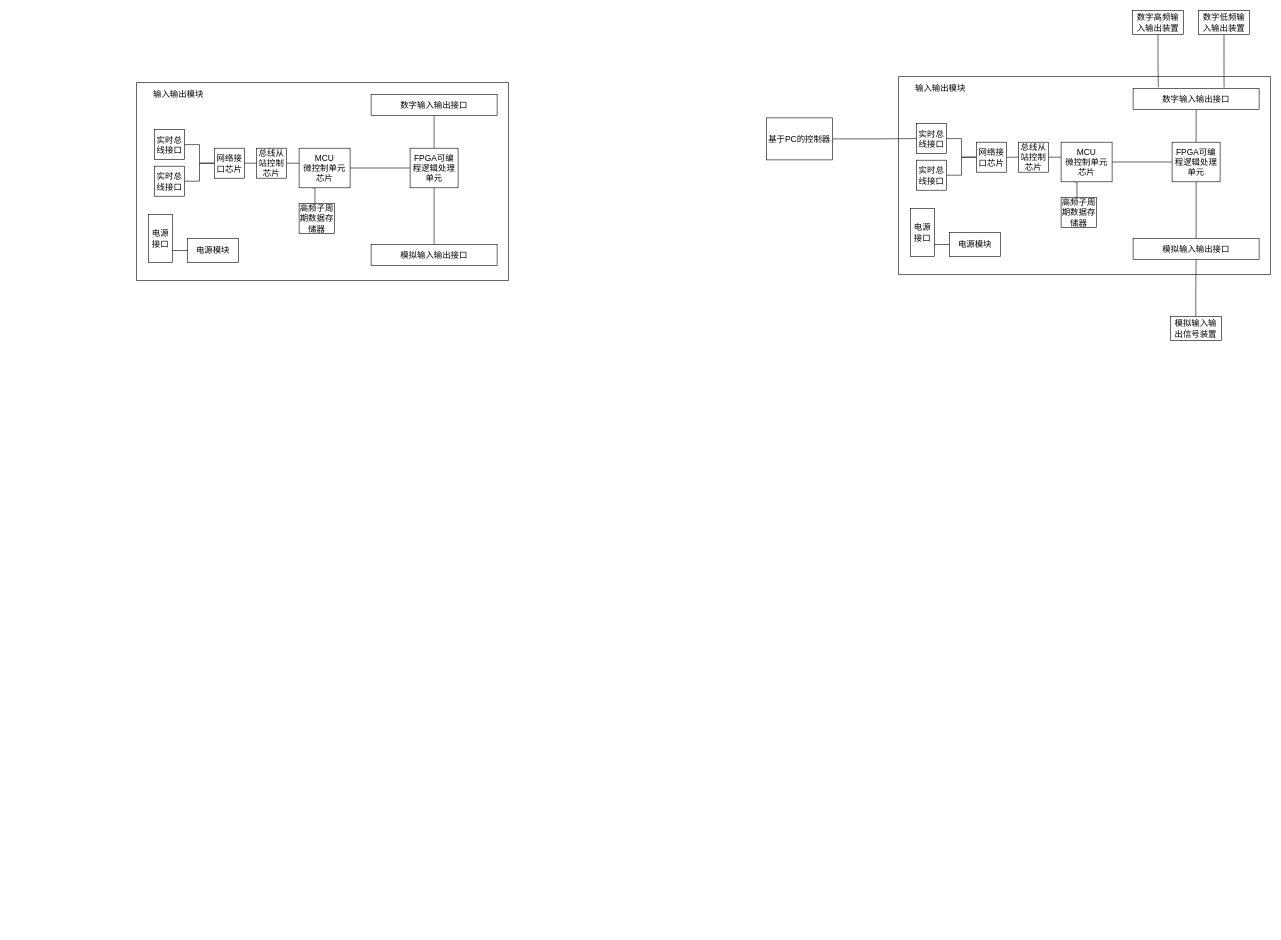
Before: patent/drawing/io shiyong.drawio in leeywin/work, a draw.io diagram. Source tidied: cells renumbered, new cells numbered last; positions are measured from the earlier drawing's top-left corner, leaving out a move shared by most shapes. Both pictures are drawn from the tidied source at 60%, with x=0, y=0 at pixel (136, 10).
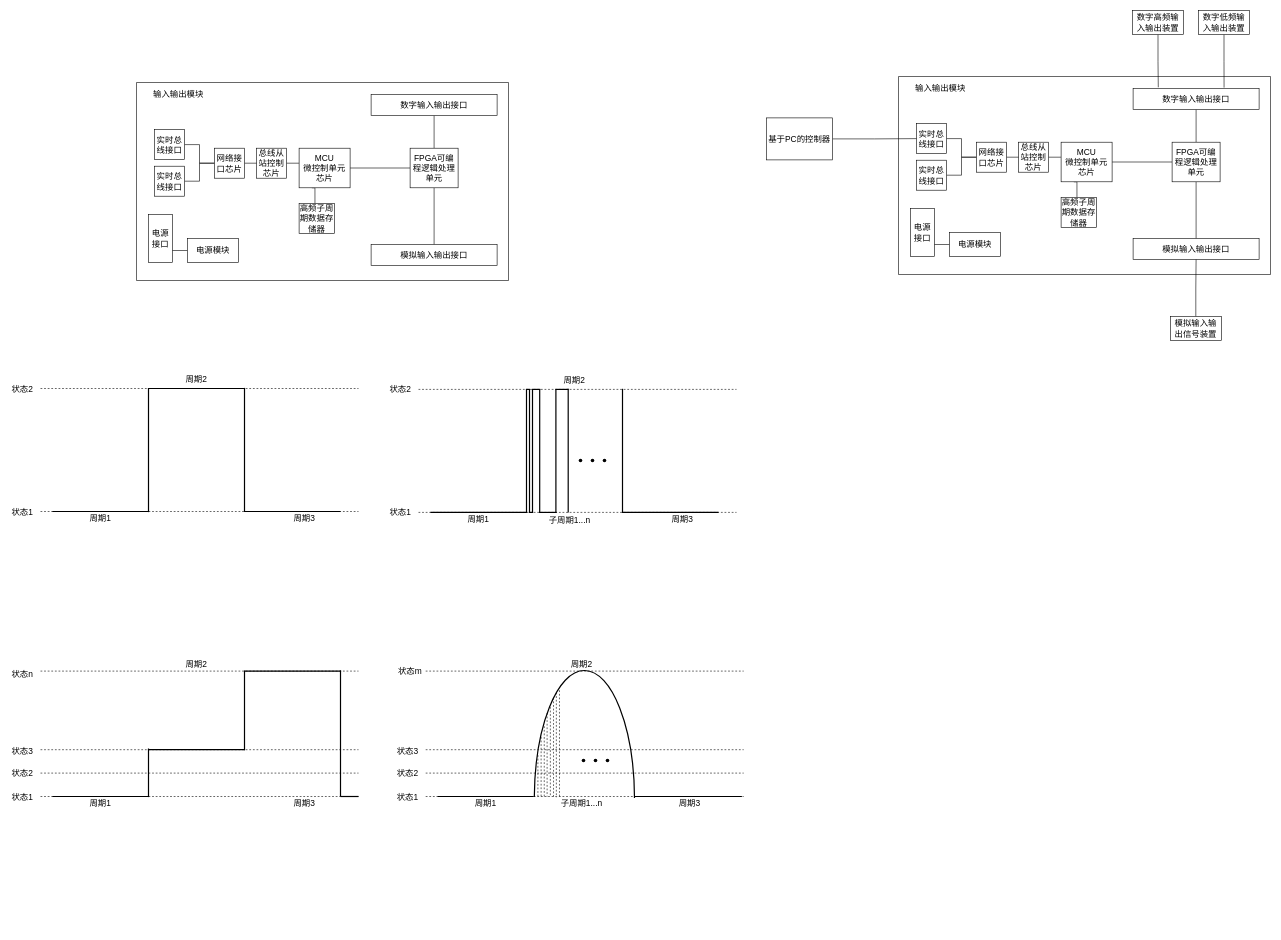
The same diagram, later.

What changed in the source:
```diff
@@
+    <mxCell id="54" style="line;strokeWidth=1;html=1;fontSize=14;fillColor=#E6E6E6;dashed=1;" parent="1" vertex="1">
+      <mxGeometry x="-160" y="830" width="530" height="10" as="geometry" />
+    </mxCell>
+    <mxCell id="55" value="状态1" style="text;html=1;strokeColor=none;fillColor=none;align=center;verticalAlign=middle;whiteSpace=wrap;rounded=0;dashed=1;fontSize=14;" parent="1" vertex="1">
+      <mxGeometry x="-210" y="825.5" width="40" height="20" as="geometry" />
+    </mxCell>
+    <mxCell id="56" style="line;strokeWidth=1;html=1;fontSize=14;fillColor=#E6E6E6;dashed=1;" parent="1" vertex="1">
+      <mxGeometry x="-160" y="625" width="530" height="10" as="geometry" />
+    </mxCell>
+    <mxCell id="57" value="状态2" style="text;html=1;strokeColor=none;fillColor=none;align=center;verticalAlign=middle;whiteSpace=wrap;rounded=0;dashed=1;fontSize=14;" parent="1" vertex="1">
+      <mxGeometry x="-210" y="620.5" width="40" height="20" as="geometry" />
+    </mxCell>
+    <mxCell id="58" style="line;strokeWidth=2;html=1;fontSize=14;fillColor=#E6E6E6;" parent="1" vertex="1">
+      <mxGeometry x="-140" y="830" width="160" height="10" as="geometry" />
+    </mxCell>
+    <mxCell id="59" style="line;strokeWidth=2;direction=south;html=1;fontSize=14;fillColor=#E6E6E6;shadow=0;" parent="1" vertex="1">
+      <mxGeometry x="15" y="630" width="10" height="206" as="geometry" />
+    </mxCell>
+    <mxCell id="60" style="line;strokeWidth=2;html=1;fontSize=14;fillColor=#E6E6E6;" parent="1" vertex="1">
+      <mxGeometry x="19" y="625" width="161" height="10" as="geometry" />
+    </mxCell>
+    <mxCell id="61" style="line;strokeWidth=2;direction=south;html=1;fontSize=14;fillColor=#E6E6E6;shadow=0;" parent="1" vertex="1">
+      <mxGeometry x="175" y="629" width="10" height="206" as="geometry" />
+    </mxCell>
+    <mxCell id="62" style="line;strokeWidth=2;html=1;fontSize=14;fillColor=#E6E6E6;" parent="1" vertex="1">
+      <mxGeometry x="179" y="830" width="161" height="10" as="geometry" />
+    </mxCell>
+    <mxCell id="63" value="周期1" style="text;html=1;strokeColor=none;fillColor=none;align=center;verticalAlign=middle;whiteSpace=wrap;rounded=0;dashed=1;fontSize=14;" parent="1" vertex="1">
+      <mxGeometry x="-80" y="836" width="40" height="20" as="geometry" />
+    </mxCell>
+    <mxCell id="64" value="周期2" style="text;html=1;strokeColor=none;fillColor=none;align=center;verticalAlign=middle;whiteSpace=wrap;rounded=0;dashed=1;fontSize=14;" parent="1" vertex="1">
+      <mxGeometry x="79.5" y="605" width="40" height="20" as="geometry" />
+    </mxCell>
+    <mxCell id="65" value="周期3" style="text;html=1;strokeColor=none;fillColor=none;align=center;verticalAlign=middle;whiteSpace=wrap;rounded=0;dashed=1;fontSize=14;" parent="1" vertex="1">
+      <mxGeometry x="260" y="836" width="40" height="20" as="geometry" />
+    </mxCell>
+    <mxCell id="66" style="line;strokeWidth=1;html=1;fontSize=14;fillColor=#E6E6E6;dashed=1;" parent="1" vertex="1">
+      <mxGeometry x="470" y="831.5" width="530" height="10" as="geometry" />
+    </mxCell>
+    <mxCell id="67" value="状态1" style="text;html=1;strokeColor=none;fillColor=none;align=center;verticalAlign=middle;whiteSpace=wrap;rounded=0;dashed=1;fontSize=14;" parent="1" vertex="1">
+      <mxGeometry x="420" y="827" width="40" height="20" as="geometry" />
+    </mxCell>
+    <mxCell id="68" style="line;strokeWidth=1;html=1;fontSize=14;fillColor=#E6E6E6;dashed=1;" parent="1" vertex="1">
+      <mxGeometry x="470" y="626.5" width="530" height="10" as="geometry" />
+    </mxCell>
+    <mxCell id="69" value="状态2" style="text;html=1;strokeColor=none;fillColor=none;align=center;verticalAlign=middle;whiteSpace=wrap;rounded=0;dashed=1;fontSize=14;" parent="1" vertex="1">
+      <mxGeometry x="420" y="622" width="40" height="20" as="geometry" />
+    </mxCell>
+    <mxCell id="70" style="line;strokeWidth=2;html=1;fontSize=14;fillColor=#E6E6E6;" parent="1" vertex="1">
+      <mxGeometry x="490" y="831.5" width="160" height="10" as="geometry" />
+    </mxCell>
+    <mxCell id="71" style="line;strokeWidth=2;direction=south;html=1;fontSize=14;fillColor=#E6E6E6;shadow=0;" parent="1" vertex="1">
+      <mxGeometry x="645" y="631.5" width="10" height="206" as="geometry" />
+    </mxCell>
+    <mxCell id="72" style="line;strokeWidth=2;direction=south;html=1;fontSize=14;fillColor=#E6E6E6;shadow=0;" parent="1" vertex="1">
+      <mxGeometry x="805" y="630.5" width="10" height="206" as="geometry" />
+    </mxCell>
+    <mxCell id="73" style="line;strokeWidth=2;html=1;fontSize=14;fillColor=#E6E6E6;" parent="1" vertex="1">
+      <mxGeometry x="809" y="831.5" width="161" height="10" as="geometry" />
+    </mxCell>
+    <mxCell id="74" value="周期1" style="text;html=1;strokeColor=none;fillColor=none;align=center;verticalAlign=middle;whiteSpace=wrap;rounded=0;dashed=1;fontSize=14;" parent="1" vertex="1">
+      <mxGeometry x="550" y="837.5" width="40" height="20" as="geometry" />
+    </mxCell>
+    <mxCell id="75" value="周期2" style="text;html=1;strokeColor=none;fillColor=none;align=center;verticalAlign=middle;whiteSpace=wrap;rounded=0;dashed=1;fontSize=14;" parent="1" vertex="1">
+      <mxGeometry x="709.5" y="606.5" width="40" height="20" as="geometry" />
+    </mxCell>
+    <mxCell id="76" value="周期3" style="text;html=1;strokeColor=none;fillColor=none;align=center;verticalAlign=middle;whiteSpace=wrap;rounded=0;dashed=1;fontSize=14;" parent="1" vertex="1">
+      <mxGeometry x="890" y="837.5" width="40" height="20" as="geometry" />
+    </mxCell>
+    <mxCell id="77" style="line;strokeWidth=2;direction=south;html=1;fontSize=14;fillColor=#E6E6E6;shadow=0;" parent="1" vertex="1">
+      <mxGeometry x="650" y="631.5" width="10" height="206" as="geometry" />
+    </mxCell>
+    <mxCell id="78" style="line;strokeWidth=2;direction=south;html=1;fontSize=14;fillColor=#E6E6E6;shadow=0;" parent="1" vertex="1">
+      <mxGeometry x="655" y="631.5" width="10" height="206" as="geometry" />
+    </mxCell>
+    <mxCell id="79" style="line;strokeWidth=2;html=1;shadow=0;fontSize=14;fillColor=#E6E6E6;" parent="1" vertex="1">
+      <mxGeometry x="649" y="630" width="7" height="3" as="geometry" />
+    </mxCell>
+    <mxCell id="80" style="line;strokeWidth=2;html=1;shadow=0;fontSize=14;fillColor=#E6E6E6;" parent="1" vertex="1">
+      <mxGeometry x="654" y="835" width="7" height="3" as="geometry" />
+    </mxCell>
+    <mxCell id="81" style="line;strokeWidth=2;html=1;shadow=0;fontSize=14;fillColor=#E6E6E6;" parent="1" vertex="1">
+      <mxGeometry x="659" y="630" width="14" height="3" as="geometry" />
+    </mxCell>
+    <mxCell id="82" style="line;strokeWidth=2;direction=south;html=1;fontSize=14;fillColor=#E6E6E6;shadow=0;" parent="1" vertex="1">
+      <mxGeometry x="667" y="631" width="10" height="206" as="geometry" />
+    </mxCell>
+    <mxCell id="83" style="line;strokeWidth=2;html=1;shadow=0;fontSize=14;fillColor=#E6E6E6;" parent="1" vertex="1">
+      <mxGeometry x="671" y="835" width="29" height="3" as="geometry" />
+    </mxCell>
+    <mxCell id="84" style="line;strokeWidth=2;direction=south;html=1;fontSize=14;fillColor=#E6E6E6;shadow=0;" parent="1" vertex="1">
+      <mxGeometry x="694" y="631.5" width="10" height="206" as="geometry" />
+    </mxCell>
+    <mxCell id="85" style="line;strokeWidth=2;html=1;shadow=0;fontSize=14;fillColor=#E6E6E6;" parent="1" vertex="1">
+      <mxGeometry x="698" y="625" width="22" height="13" as="geometry" />
+    </mxCell>
+    <mxCell id="86" style="group;" parent="1" vertex="1">
+      <mxGeometry x="720" y="730" width="80" height="40" as="geometry" />
+    </mxCell>
+    <mxCell id="87" style="shape=waypoint;sketch=0;fillStyle=solid;size=6;fillColor=none;perimeter=centerPerimeter;fontSize=14;" parent="86" vertex="1">
+      <mxGeometry width="40" height="40" as="geometry" />
+    </mxCell>
+    <mxCell id="88" style="shape=waypoint;sketch=0;fillStyle=solid;size=6;fillColor=none;perimeter=centerPerimeter;fontSize=14;" parent="86" vertex="1">
+      <mxGeometry x="20" width="40" height="40" as="geometry" />
+    </mxCell>
+    <mxCell id="89" style="shape=waypoint;sketch=0;fillStyle=solid;size=6;fillColor=none;perimeter=centerPerimeter;fontSize=14;" parent="86" vertex="1">
+      <mxGeometry x="40" width="40" height="40" as="geometry" />
+    </mxCell>
+    <mxCell id="90" style="line;strokeWidth=2;direction=south;html=1;fontSize=14;fillColor=#E6E6E6;shadow=0;" parent="1" vertex="1">
+      <mxGeometry x="714.5" y="630.5" width="10" height="206" as="geometry" />
+    </mxCell>
+    <mxCell id="91" value="子周期1...n" style="text;html=1;strokeColor=none;fillColor=none;align=center;verticalAlign=middle;whiteSpace=wrap;rounded=0;dashed=1;fontSize=14;" parent="1" vertex="1">
+      <mxGeometry x="677" y="840" width="90" height="20" as="geometry" />
+    </mxCell>
+    <mxCell id="92" style="line;strokeWidth=1;html=1;fontSize=14;fillColor=#E6E6E6;dashed=1;" parent="1" vertex="1">
+      <mxGeometry x="-160" y="1305" width="530" height="10" as="geometry" />
+    </mxCell>
+    <mxCell id="93" value="状态1" style="text;html=1;strokeColor=none;fillColor=none;align=center;verticalAlign=middle;whiteSpace=wrap;rounded=0;dashed=1;fontSize=14;" parent="1" vertex="1">
+      <mxGeometry x="-210" y="1300.5" width="40" height="20" as="geometry" />
+    </mxCell>
+    <mxCell id="94" style="line;strokeWidth=1;html=1;fontSize=14;fillColor=#E6E6E6;dashed=1;" parent="1" vertex="1">
+      <mxGeometry x="-160" y="1096" width="530" height="10" as="geometry" />
+    </mxCell>
+    <mxCell id="95" value="状态n" style="text;html=1;strokeColor=none;fillColor=none;align=center;verticalAlign=middle;whiteSpace=wrap;rounded=0;dashed=1;fontSize=14;" parent="1" vertex="1">
+      <mxGeometry x="-210" y="1095.5" width="40" height="20" as="geometry" />
+    </mxCell>
+    <mxCell id="96" style="line;strokeWidth=2;html=1;fontSize=14;fillColor=#E6E6E6;" parent="1" vertex="1">
+      <mxGeometry x="-140" y="1305" width="160" height="10" as="geometry" />
+    </mxCell>
+    <mxCell id="97" style="line;strokeWidth=2;direction=south;html=1;fontSize=14;fillColor=#E6E6E6;shadow=0;" parent="1" vertex="1">
+      <mxGeometry x="15" y="1230" width="10" height="81" as="geometry" />
+    </mxCell>
+    <mxCell id="98" style="line;strokeWidth=2;html=1;fontSize=14;fillColor=#E6E6E6;" parent="1" vertex="1">
+      <mxGeometry x="19" y="1227" width="161" height="10" as="geometry" />
+    </mxCell>
+    <mxCell id="99" style="line;strokeWidth=2;direction=south;html=1;fontSize=14;fillColor=#E6E6E6;shadow=0;" parent="1" vertex="1">
+      <mxGeometry x="175" y="1100" width="10" height="133" as="geometry" />
+    </mxCell>
+    <mxCell id="100" style="line;strokeWidth=2;html=1;fontSize=14;fillColor=#E6E6E6;" parent="1" vertex="1">
+      <mxGeometry x="180" y="1096" width="161" height="10" as="geometry" />
+    </mxCell>
+    <mxCell id="101" value="周期1" style="text;html=1;strokeColor=none;fillColor=none;align=center;verticalAlign=middle;whiteSpace=wrap;rounded=0;dashed=1;fontSize=14;" parent="1" vertex="1">
+      <mxGeometry x="-80" y="1311" width="40" height="20" as="geometry" />
+    </mxCell>
+    <mxCell id="102" value="周期2" style="text;html=1;strokeColor=none;fillColor=none;align=center;verticalAlign=middle;whiteSpace=wrap;rounded=0;dashed=1;fontSize=14;" parent="1" vertex="1">
+      <mxGeometry x="79.5" y="1080" width="40" height="20" as="geometry" />
+    </mxCell>
+    <mxCell id="103" value="周期3" style="text;html=1;strokeColor=none;fillColor=none;align=center;verticalAlign=middle;whiteSpace=wrap;rounded=0;dashed=1;fontSize=14;" parent="1" vertex="1">
+      <mxGeometry x="260" y="1311" width="40" height="20" as="geometry" />
+    </mxCell>
+    <mxCell id="104" style="line;strokeWidth=1;html=1;fontSize=14;fillColor=#E6E6E6;dashed=1;" parent="1" vertex="1">
+      <mxGeometry x="-160" y="1266" width="530" height="10" as="geometry" />
+    </mxCell>
+    <mxCell id="105" style="line;strokeWidth=1;html=1;fontSize=14;fillColor=#E6E6E6;dashed=1;" parent="1" vertex="1">
+      <mxGeometry x="-160" y="1227" width="530" height="10" as="geometry" />
+    </mxCell>
+    <mxCell id="106" value="状态2" style="text;html=1;strokeColor=none;fillColor=none;align=center;verticalAlign=middle;whiteSpace=wrap;rounded=0;dashed=1;fontSize=14;" parent="1" vertex="1">
+      <mxGeometry x="-210" y="1261" width="40" height="20" as="geometry" />
+    </mxCell>
+    <mxCell id="107" value="状态3" style="text;html=1;strokeColor=none;fillColor=none;align=center;verticalAlign=middle;whiteSpace=wrap;rounded=0;dashed=1;fontSize=14;" parent="1" vertex="1">
+      <mxGeometry x="-210" y="1224" width="40" height="20" as="geometry" />
+    </mxCell>
+    <mxCell id="108" style="line;strokeWidth=2;direction=south;html=1;fontSize=14;fillColor=#E6E6E6;shadow=0;" parent="1" vertex="1">
+      <mxGeometry x="335" y="1100" width="10" height="210" as="geometry" />
+    </mxCell>
+    <mxCell id="109" style="line;strokeWidth=2;html=1;fontSize=14;fillColor=#E6E6E6;" parent="1" vertex="1">
+      <mxGeometry x="340" y="1305" width="30" height="10" as="geometry" />
+    </mxCell>
+    <mxCell id="110" style="line;strokeWidth=1;html=1;fontSize=14;fillColor=#E6E6E6;dashed=1;" parent="1" vertex="1">
+      <mxGeometry x="482" y="1305" width="530" height="10" as="geometry" />
+    </mxCell>
+    <mxCell id="111" value="状态1" style="text;html=1;strokeColor=none;fillColor=none;align=center;verticalAlign=middle;whiteSpace=wrap;rounded=0;dashed=1;fontSize=14;" parent="1" vertex="1">
+      <mxGeometry x="432" y="1300.5" width="40" height="20" as="geometry" />
+    </mxCell>
+    <mxCell id="112" style="line;strokeWidth=1;html=1;fontSize=14;fillColor=#E6E6E6;dashed=1;" parent="1" vertex="1">
+      <mxGeometry x="482" y="1096" width="530" height="10" as="geometry" />
+    </mxCell>
+    <mxCell id="113" value="状态m" style="text;html=1;strokeColor=none;fillColor=none;align=center;verticalAlign=middle;whiteSpace=wrap;rounded=0;dashed=1;fontSize=14;" parent="1" vertex="1">
+      <mxGeometry x="432" y="1090.5" width="48" height="20" as="geometry" />
+    </mxCell>
+    <mxCell id="114" style="line;strokeWidth=2;html=1;fontSize=14;fillColor=#E6E6E6;" parent="1" vertex="1">
+      <mxGeometry x="502" y="1305" width="160" height="10" as="geometry" />
+    </mxCell>
+    <mxCell id="115" value="周期1" style="text;html=1;strokeColor=none;fillColor=none;align=center;verticalAlign=middle;whiteSpace=wrap;rounded=0;dashed=1;fontSize=14;" parent="1" vertex="1">
+      <mxGeometry x="562" y="1311" width="40" height="20" as="geometry" />
+    </mxCell>
+    <mxCell id="116" value="周期2" style="text;html=1;strokeColor=none;fillColor=none;align=center;verticalAlign=middle;whiteSpace=wrap;rounded=0;dashed=1;fontSize=14;" parent="1" vertex="1">
+      <mxGeometry x="721.5" y="1080" width="40" height="20" as="geometry" />
+    </mxCell>
+    <mxCell id="117" value="周期3" style="text;html=1;strokeColor=none;fillColor=none;align=center;verticalAlign=middle;whiteSpace=wrap;rounded=0;dashed=1;fontSize=14;" parent="1" vertex="1">
+      <mxGeometry x="902" y="1311" width="40" height="20" as="geometry" />
+    </mxCell>
+    <mxCell id="118" style="line;strokeWidth=1;html=1;fontSize=14;fillColor=#E6E6E6;dashed=1;" parent="1" vertex="1">
+      <mxGeometry x="482" y="1266" width="530" height="10" as="geometry" />
+    </mxCell>
+    <mxCell id="119" style="line;strokeWidth=1;html=1;fontSize=14;fillColor=#E6E6E6;dashed=1;" parent="1" vertex="1">
+      <mxGeometry x="482" y="1227" width="530" height="10" as="geometry" />
+    </mxCell>
+    <mxCell id="120" value="状态2" style="text;html=1;strokeColor=none;fillColor=none;align=center;verticalAlign=middle;whiteSpace=wrap;rounded=0;dashed=1;fontSize=14;" parent="1" vertex="1">
+      <mxGeometry x="432" y="1261" width="40" height="20" as="geometry" />
+    </mxCell>
+    <mxCell id="121" value="状态3" style="text;html=1;strokeColor=none;fillColor=none;align=center;verticalAlign=middle;whiteSpace=wrap;rounded=0;dashed=1;fontSize=14;" parent="1" vertex="1">
+      <mxGeometry x="432" y="1224" width="40" height="20" as="geometry" />
+    </mxCell>
+    <mxCell id="122" style="line;strokeWidth=2;html=1;fontSize=14;fillColor=#E6E6E6;" parent="1" vertex="1">
+      <mxGeometry x="830" y="1305" width="179" height="10" as="geometry" />
+    </mxCell>
+    <mxCell id="123" style="verticalLabelPosition=bottom;verticalAlign=top;html=1;shape=mxgraph.basic.arc;startAngle=0.5031826745504864;endAngle=0.9982316845112126;rounded=0;direction=south;rotation=0;strokeWidth=2;" parent="1" vertex="1">
+      <mxGeometry x="663" y="1100" width="167" height="430" as="geometry" />
+    </mxCell>
+    <mxCell id="124" style="line;strokeWidth=1;html=1;fontSize=14;fillColor=#E6E6E6;dashed=1;rotation=90;" parent="1" vertex="1">
+      <mxGeometry x="633.9" y="1271.1" width="70.2" height="10" as="geometry" />
+    </mxCell>
+    <mxCell id="125" value="子周期1...n" style="text;html=1;strokeColor=none;fillColor=none;align=center;verticalAlign=middle;whiteSpace=wrap;rounded=0;dashed=1;fontSize=14;" parent="1" vertex="1">
+      <mxGeometry x="696.5" y="1311" width="90" height="20" as="geometry" />
+    </mxCell>
+    <mxCell id="126" style="line;strokeWidth=1;html=1;fontSize=14;fillColor=#E6E6E6;dashed=1;rotation=90;" parent="1" vertex="1">
+      <mxGeometry x="624.6" y="1255.5" width="99.5" height="10" as="geometry" />
+    </mxCell>
+    <mxCell id="127" style="line;strokeWidth=1;html=1;fontSize=14;fillColor=#E6E6E6;dashed=1;rotation=90;" parent="1" vertex="1">
+      <mxGeometry x="619.9" y="1247.6" width="119.4" height="10" as="geometry" />
+    </mxCell>
+    <mxCell id="128" style="line;strokeWidth=1;html=1;fontSize=14;fillColor=#E6E6E6;dashed=1;rotation=90;" parent="1" vertex="1">
+      <mxGeometry x="614.6" y="1235.5" width="139.5" height="10" as="geometry" />
+    </mxCell>
+    <mxCell id="129" style="line;strokeWidth=1;html=1;fontSize=14;fillColor=#E6E6E6;dashed=1;rotation=90;" parent="1" vertex="1">
+      <mxGeometry x="615" y="1230.5" width="149.5" height="10" as="geometry" />
+    </mxCell>
+    <mxCell id="130" style="line;strokeWidth=1;html=1;fontSize=14;fillColor=#E6E6E6;dashed=1;rotation=90;" parent="1" vertex="1">
+      <mxGeometry x="612.7" y="1222.9" width="164.7" height="10" as="geometry" />
+    </mxCell>
+    <mxCell id="131" style="group;" parent="1" vertex="1">
+      <mxGeometry x="725" y="1230" width="80" height="40" as="geometry" />
+    </mxCell>
+    <mxCell id="132" style="shape=waypoint;sketch=0;fillStyle=solid;size=6;fillColor=none;perimeter=centerPerimeter;fontSize=14;" parent="131" vertex="1">
+      <mxGeometry width="40" height="40" as="geometry" />
+    </mxCell>
+    <mxCell id="133" style="shape=waypoint;sketch=0;fillStyle=solid;size=6;fillColor=none;perimeter=centerPerimeter;fontSize=14;" parent="131" vertex="1">
+      <mxGeometry x="20" width="40" height="40" as="geometry" />
+    </mxCell>
+    <mxCell id="134" style="shape=waypoint;sketch=0;fillStyle=solid;size=6;fillColor=none;perimeter=centerPerimeter;fontSize=14;" parent="131" vertex="1">
+      <mxGeometry x="40" width="40" height="40" as="geometry" />
+    </mxCell>
+    <mxCell id="135" style="line;strokeWidth=1;html=1;fontSize=14;fillColor=#E6E6E6;dashed=1;rotation=90;" parent="1" vertex="1">
+      <mxGeometry x="612.5" y="1219" width="174.5" height="10" as="geometry" />
+    </mxCell>
+    <mxCell id="136" style="line;strokeWidth=1;html=1;fontSize=14;fillColor=#E6E6E6;dashed=1;rotation=90;" parent="1" vertex="1">
+      <mxGeometry x="616.3" y="1216.6" width="177.3" height="10" as="geometry" />
+    </mxCell>
```
